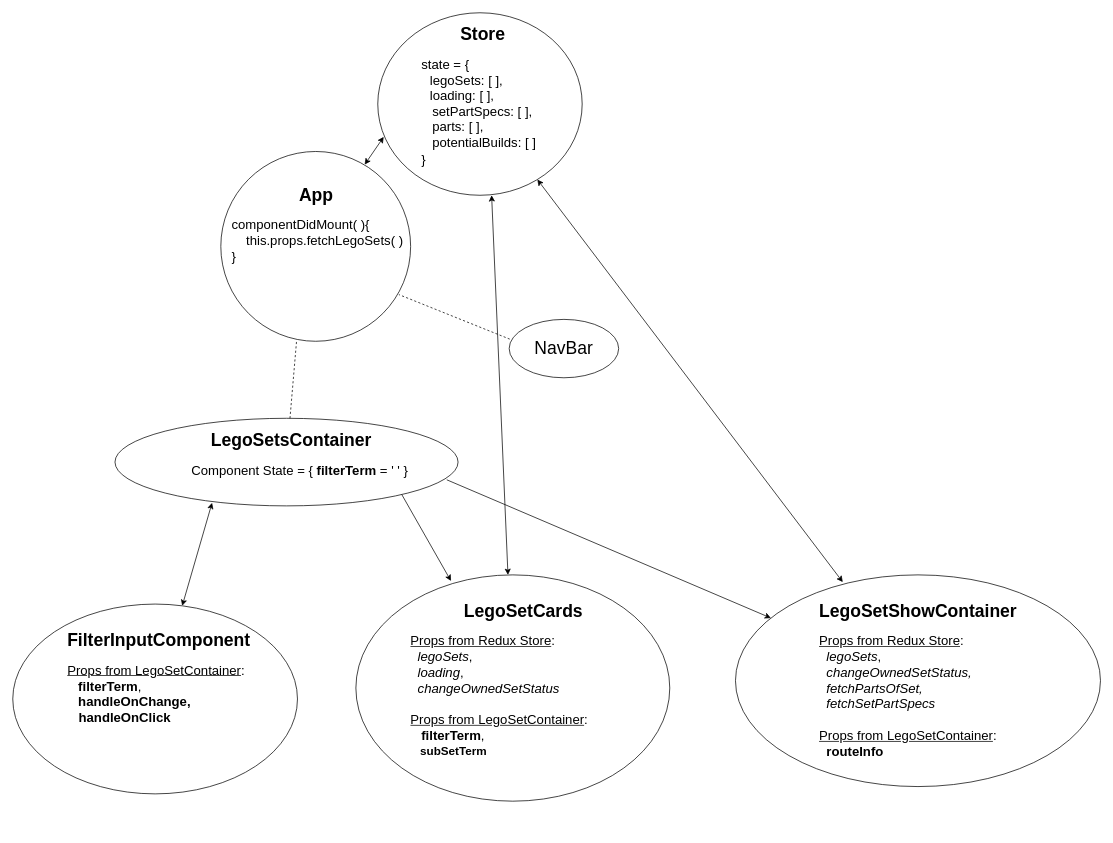
Above: StateTreeDiagram.drawio in DavidRMorphew/my-bricks-app-frontend (draw.io), before the change. Source tidied: cells renumbered, new cells numbered last; positions are measured from the earlier drawing's top-left corner, leaving out a move shared by most shapes. Both pictures are drawn from the tidied source at 73%, with x=0, y=0 at pixel (12, 12).
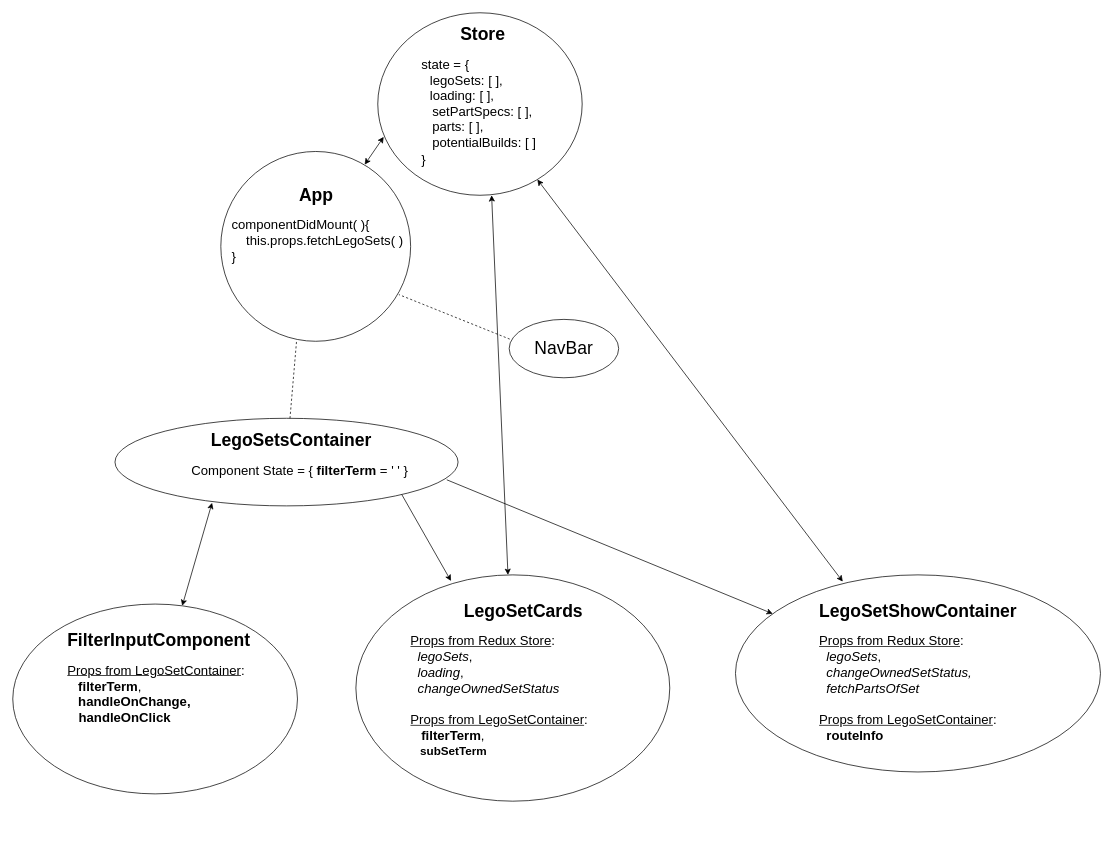
Above is the later version.

What changed in the source:
```diff
@@
     <mxCell id="17" style="ellipse;whiteSpace=wrap;html=1;" parent="1" vertex="1">
-      <mxGeometry x="990" y="770" width="500" height="290" as="geometry" />
+      <mxGeometry x="990" y="770" width="500" height="270" as="geometry" />
     </mxCell>
-    <mxCell id="18" value="&lt;h1&gt;LegoSetShowContainer&lt;/h1&gt;&lt;div&gt;&lt;div&gt;&lt;font style=&quot;font-size: 18px&quot;&gt;&lt;u&gt;Props from Redux Store&lt;/u&gt;:&amp;nbsp;&lt;/font&gt;&lt;/div&gt;&lt;div&gt;&lt;font style=&quot;font-size: 18px&quot;&gt;&amp;nbsp;&amp;nbsp;&lt;i&gt;legoSets&lt;/i&gt;,&lt;/font&gt;&lt;/div&gt;&lt;/div&gt;&lt;div&gt;&lt;font style=&quot;font-size: 18px&quot;&gt;&amp;nbsp; &lt;i&gt;changeOwnedSetStatus,&lt;/i&gt;&lt;/font&gt;&lt;/div&gt;&lt;div&gt;&lt;font style=&quot;font-size: 18px&quot;&gt;&lt;i&gt;&amp;nbsp; fetchPartsOfSet,&lt;/i&gt;&lt;/font&gt;&lt;/div&gt;&lt;div&gt;&lt;font style=&quot;font-size: 18px&quot;&gt;&lt;i&gt;&amp;nbsp; fetchSetPartSpecs&lt;/i&gt;&lt;/font&gt;&lt;/div&gt;&lt;div&gt;&lt;font style=&quot;font-size: 18px&quot;&gt;&lt;i&gt;&lt;br&gt;&lt;/i&gt;&lt;/font&gt;&lt;/div&gt;&lt;div&gt;&lt;font style=&quot;font-size: 18px&quot;&gt;&lt;u&gt;Props from LegoSetContainer&lt;/u&gt;:&lt;i&gt;&lt;br&gt;&lt;/i&gt;&lt;/font&gt;&lt;/div&gt;&lt;div&gt;&lt;font style=&quot;font-size: 18px&quot;&gt;&amp;nbsp; &lt;b&gt;routeInfo&lt;/b&gt;&lt;/font&gt;&lt;/div&gt;" style="text;html=1;strokeColor=none;fillColor=none;spacing=5;spacingTop=-20;whiteSpace=wrap;overflow=hidden;rounded=0;" parent="1" vertex="1">
+    <mxCell id="18" value="&lt;h1&gt;LegoSetShowContainer&lt;/h1&gt;&lt;div&gt;&lt;div&gt;&lt;font style=&quot;font-size: 18px&quot;&gt;&lt;u&gt;Props from Redux Store&lt;/u&gt;:&amp;nbsp;&lt;/font&gt;&lt;/div&gt;&lt;div&gt;&lt;font style=&quot;font-size: 18px&quot;&gt;&amp;nbsp;&amp;nbsp;&lt;i&gt;legoSets&lt;/i&gt;,&lt;/font&gt;&lt;/div&gt;&lt;/div&gt;&lt;div&gt;&lt;font style=&quot;font-size: 18px&quot;&gt;&amp;nbsp; &lt;i&gt;changeOwnedSetStatus,&lt;/i&gt;&lt;/font&gt;&lt;/div&gt;&lt;div&gt;&lt;font style=&quot;font-size: 18px&quot;&gt;&lt;i&gt;&amp;nbsp; fetchPartsOfSet&lt;/i&gt;&lt;/font&gt;&lt;/div&gt;&lt;div&gt;&lt;font style=&quot;font-size: 18px&quot;&gt;&lt;i&gt;&lt;br&gt;&lt;/i&gt;&lt;/font&gt;&lt;/div&gt;&lt;div&gt;&lt;font style=&quot;font-size: 18px&quot;&gt;&lt;u&gt;Props from LegoSetContainer&lt;/u&gt;:&lt;i&gt;&lt;br&gt;&lt;/i&gt;&lt;/font&gt;&lt;/div&gt;&lt;div&gt;&lt;font style=&quot;font-size: 18px&quot;&gt;&amp;nbsp; &lt;b&gt;routeInfo&lt;/b&gt;&lt;/font&gt;&lt;/div&gt;" style="text;html=1;strokeColor=none;fillColor=none;spacing=5;spacingTop=-20;whiteSpace=wrap;overflow=hidden;rounded=0;" parent="1" vertex="1">
       <mxGeometry x="1100" y="800" width="310" height="220" as="geometry" />
     </mxCell>
```
